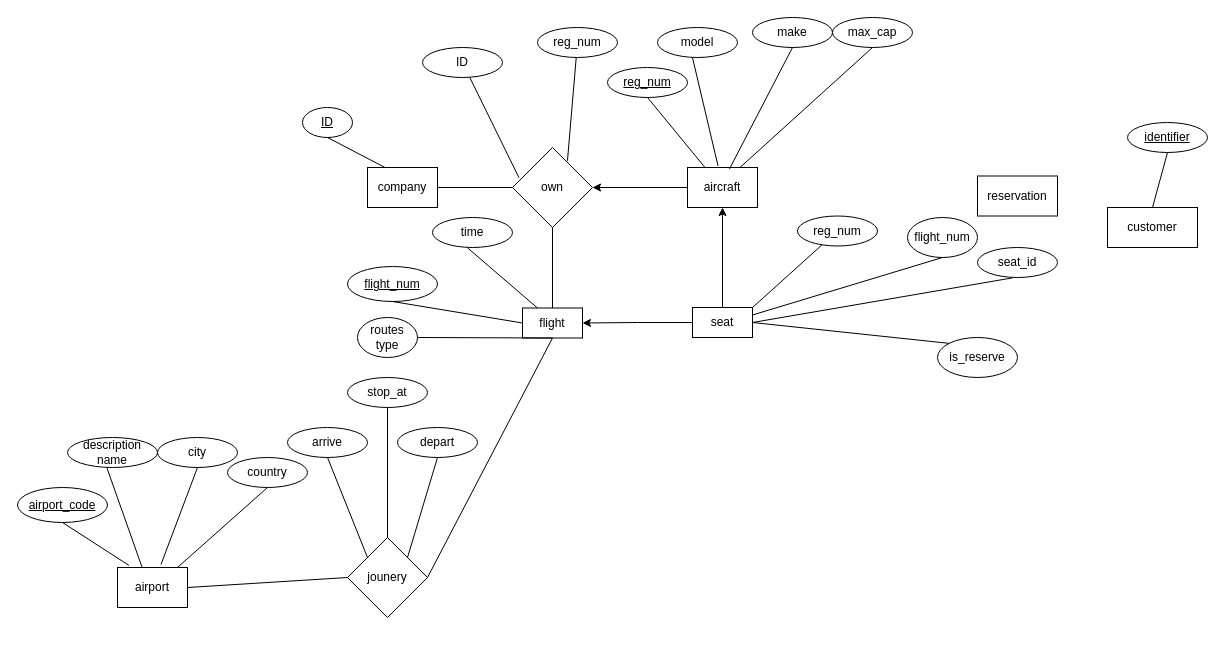
Before: hw2_part5A.drawio in jamessu1201/Database_System, a draw.io diagram. Source tidied: cells renumbered, new cells numbered last; positions are measured from the earlier drawing's top-left corner, leaving out a move shared by most shapes. Both pictures are drawn from the tidied source at 100%, with x=0, y=0 at pixel (17, 17).
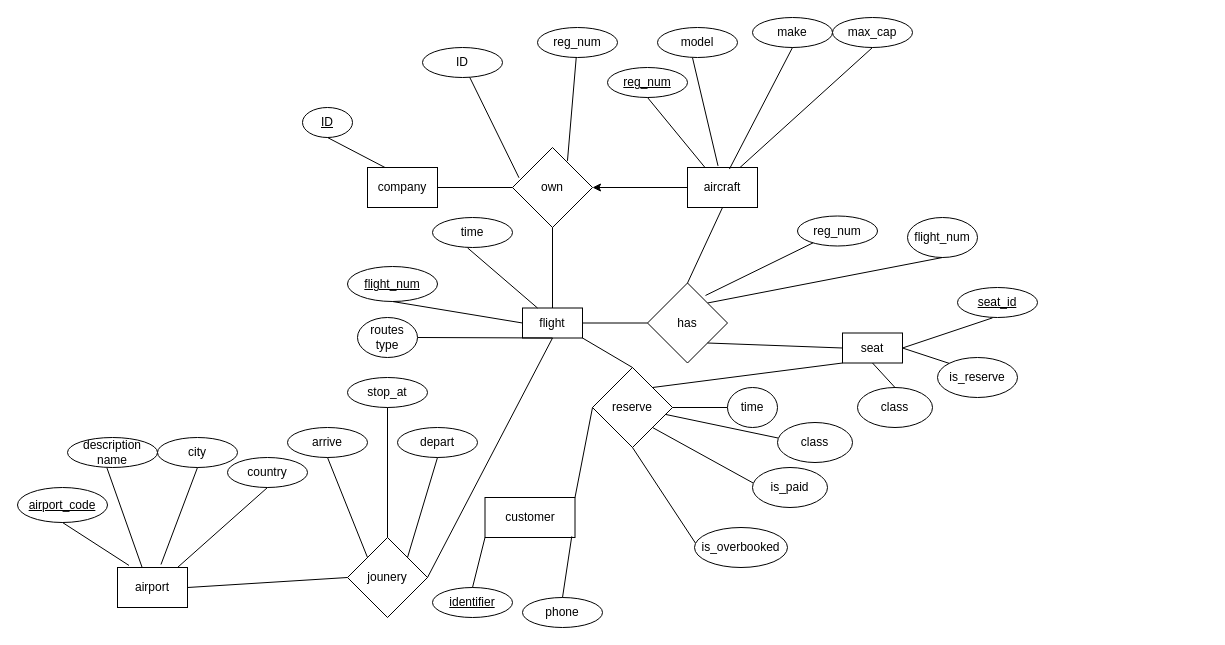
After the change.

The change refers to these unchanged cells:
```xml
<mxCell id="8" value="aircraft" style="rounded=0;whiteSpace=wrap;html=1;" parent="1" vertex="1">
  <mxGeometry x="670" y="150" width="70" height="40" as="geometry" />
</mxCell>
<mxCell id="18" value="flight" style="rounded=0;whiteSpace=wrap;html=1;" parent="1" vertex="1">
  <mxGeometry x="505" y="290.5" width="60" height="30" as="geometry" />
</mxCell>
<mxCell id="43" value="reg_num" style="ellipse;whiteSpace=wrap;html=1;" parent="1" vertex="1">
  <mxGeometry x="780" y="198.5" width="80" height="30" as="geometry" />
</mxCell>
<mxCell id="52" value="flight_num" style="ellipse;whiteSpace=wrap;html=1;" parent="1" vertex="1">
  <mxGeometry x="890" y="200" width="70" height="40" as="geometry" />
</mxCell>
```

Change to the diagram source:
```diff
@@
     <mxCell id="40" value="customer" style="rounded=0;whiteSpace=wrap;html=1;" parent="1" vertex="1">
-      <mxGeometry x="1090" y="190" width="90" height="40" as="geometry" />
+      <mxGeometry x="467.5" y="480" width="90" height="40" as="geometry" />
     </mxCell>
     <mxCell id="41" value="&lt;u&gt;identifier&lt;/u&gt;" style="ellipse;whiteSpace=wrap;html=1;" parent="1" vertex="1">
-      <mxGeometry x="1110" y="105" width="80" height="30" as="geometry" />
+      <mxGeometry x="415" y="570" width="80" height="30" as="geometry" />
     </mxCell>
-    <mxCell id="42" style="endArrow=none;html=1;rounded=0;entryX=0.5;entryY=1;entryDx=0;entryDy=0;exitX=0.5;exitY=0;exitDx=0;exitDy=0;" parent="1" edge="1" source="40" target="41">
+    <mxCell id="42" style="endArrow=none;html=1;rounded=0;exitX=0;exitY=1;exitDx=0;exitDy=0;entryX=0.5;entryY=0;entryDx=0;entryDy=0;" parent="1" edge="1" source="40" target="41">
       <mxGeometry relative="1" as="geometry" />
     </mxCell>
@@
-    <mxCell id="44" style="endArrow=none;html=1;rounded=0;exitX=1;exitY=0;exitDx=0;exitDy=0;" parent="1" edge="1" source="61" target="43">
+    <mxCell id="44" style="endArrow=none;html=1;rounded=0;exitX=0.725;exitY=0.156;exitDx=0;exitDy=0;exitPerimeter=0;" parent="1" edge="1" source="63" target="43">
       <mxGeometry relative="1" as="geometry" />
     </mxCell>
-    <mxCell id="45" value="reservation" style="rounded=0;whiteSpace=wrap;html=1;" parent="1" vertex="1">
-      <mxGeometry x="960" y="158.5" width="80" height="40" as="geometry" />
-    </mxCell>
-    <mxCell id="46" value="seat_id" style="ellipse;whiteSpace=wrap;html=1;" parent="1" vertex="1">
-      <mxGeometry x="960" y="230" width="80" height="30" as="geometry" />
+    <mxCell id="46" value="&lt;u&gt;seat_id&lt;/u&gt;" style="ellipse;whiteSpace=wrap;html=1;" parent="1" vertex="1">
+      <mxGeometry x="940" y="270" width="80" height="30" as="geometry" />
     </mxCell>
@@
     <mxCell id="48" value="is_reserve" style="ellipse;whiteSpace=wrap;html=1;" parent="1" vertex="1">
-      <mxGeometry x="920" y="320" width="80" height="40" as="geometry" />
+      <mxGeometry x="920" y="340" width="80" height="40" as="geometry" />
     </mxCell>
@@
-    <mxCell id="53" style="endArrow=none;html=1;rounded=0;entryX=0.5;entryY=1;entryDx=0;entryDy=0;exitX=1;exitY=0.25;exitDx=0;exitDy=0;" parent="1" edge="1" source="61" target="52">
+    <mxCell id="53" style="endArrow=none;html=1;rounded=0;entryX=0.5;entryY=1;entryDx=0;entryDy=0;exitX=1;exitY=0;exitDx=0;exitDy=0;" parent="1" edge="1" source="63" target="52">
       <mxGeometry relative="1" as="geometry" />
     </mxCell>
@@
-    <mxCell id="59" style="edgeStyle=orthogonalEdgeStyle;rounded=0;jettySize=auto;html=1;entryX=1;entryY=0.5;entryDx=0;entryDy=0;" parent="1" edge="1" source="61" target="18">
-      <mxGeometry relative="1" as="geometry" />
-    </mxCell>
-    <mxCell id="60" style="edgeStyle=orthogonalEdgeStyle;rounded=0;jettySize=auto;html=1;entryX=0.5;entryY=1;entryDx=0;entryDy=0;" parent="1" edge="1" source="61" target="8">
-      <mxGeometry relative="1" as="geometry" />
-    </mxCell>
     <mxCell id="61" value="seat" style="rounded=0;whiteSpace=wrap;html=1;" parent="1" vertex="1">
-      <mxGeometry x="675" y="290" width="60" height="30" as="geometry" />
+      <mxGeometry x="825" y="315.5" width="60" height="30" as="geometry" />
     </mxCell>
+    <mxCell id="62" value="phone" style="ellipse;whiteSpace=wrap;html=1;" parent="1" vertex="1">
+      <mxGeometry x="505" y="580" width="80" height="30" as="geometry" />
+    </mxCell>
+    <mxCell id="63" value="has" style="rhombus;whiteSpace=wrap;html=1;" parent="1" vertex="1">
+      <mxGeometry x="630" y="265.5" width="80" height="80" as="geometry" />
+    </mxCell>
+    <mxCell id="64" style="endArrow=none;html=1;rounded=0;entryX=0;entryY=0.5;entryDx=0;entryDy=0;exitX=1;exitY=0.5;exitDx=0;exitDy=0;" parent="1" edge="1" source="18" target="63">
+      <mxGeometry relative="1" as="geometry" />
+    </mxCell>
+    <mxCell id="65" style="endArrow=none;html=1;rounded=0;entryX=0.5;entryY=1;entryDx=0;entryDy=0;exitX=0.5;exitY=0;exitDx=0;exitDy=0;" parent="1" edge="1" source="63" target="8">
+      <mxGeometry relative="1" as="geometry" />
+    </mxCell>
+    <mxCell id="66" style="endArrow=none;html=1;rounded=0;entryX=1;entryY=1;entryDx=0;entryDy=0;exitX=0;exitY=0.5;exitDx=0;exitDy=0;" parent="1" edge="1" source="61" target="63">
+      <mxGeometry relative="1" as="geometry" />
+    </mxCell>
+    <mxCell id="67" style="endArrow=none;html=1;rounded=0;entryX=0.5;entryY=1;entryDx=0;entryDy=0;exitX=0.5;exitY=0;exitDx=0;exitDy=0;" parent="1" edge="1" source="75" target="61">
+      <mxGeometry relative="1" as="geometry" />
+    </mxCell>
+    <mxCell id="68" value="reserve" style="rhombus;whiteSpace=wrap;html=1;" parent="1" vertex="1">
+      <mxGeometry x="575" y="350" width="80" height="80" as="geometry" />
+    </mxCell>
+    <mxCell id="69" style="endArrow=none;html=1;rounded=0;entryX=0.5;entryY=0;entryDx=0;entryDy=0;exitX=0.964;exitY=0.972;exitDx=0;exitDy=0;exitPerimeter=0;" parent="1" edge="1" source="40" target="62">
+      <mxGeometry relative="1" as="geometry" />
+    </mxCell>
+    <mxCell id="70" style="endArrow=none;html=1;rounded=0;entryX=0;entryY=1;entryDx=0;entryDy=0;exitX=1;exitY=0;exitDx=0;exitDy=0;" parent="1" edge="1" source="68" target="61">
+      <mxGeometry relative="1" as="geometry" />
+    </mxCell>
+    <mxCell id="71" style="endArrow=none;html=1;rounded=0;entryX=1;entryY=1;entryDx=0;entryDy=0;exitX=0.5;exitY=0;exitDx=0;exitDy=0;" parent="1" edge="1" source="68" target="18">
+      <mxGeometry relative="1" as="geometry" />
+    </mxCell>
+    <mxCell id="72" style="endArrow=none;html=1;rounded=0;entryX=0;entryY=0.5;entryDx=0;entryDy=0;exitX=1;exitY=0;exitDx=0;exitDy=0;" parent="1" edge="1" source="40" target="68">
+      <mxGeometry relative="1" as="geometry" />
+    </mxCell>
+    <mxCell id="73" style="endArrow=none;html=1;rounded=0;entryX=1;entryY=0.5;entryDx=0;entryDy=0;exitX=0;exitY=0.5;exitDx=0;exitDy=0;" parent="1" edge="1" source="74" target="68">
+      <mxGeometry relative="1" as="geometry" />
+    </mxCell>
+    <mxCell id="74" value="time" style="ellipse;whiteSpace=wrap;html=1;" parent="1" vertex="1">
+      <mxGeometry x="710" y="370" width="50" height="40" as="geometry" />
+    </mxCell>
+    <mxCell id="75" value="class" style="ellipse;whiteSpace=wrap;html=1;" parent="1" vertex="1">
+      <mxGeometry x="840" y="370" width="75" height="40" as="geometry" />
+    </mxCell>
+    <mxCell id="76" style="endArrow=none;html=1;rounded=0;exitX=0.01;exitY=0.389;exitDx=0;exitDy=0;exitPerimeter=0;" parent="1" edge="1" source="77" target="68">
+      <mxGeometry relative="1" as="geometry" />
+    </mxCell>
+    <mxCell id="77" value="class" style="ellipse;whiteSpace=wrap;html=1;" parent="1" vertex="1">
+      <mxGeometry x="760" y="405" width="75" height="40" as="geometry" />
+    </mxCell>
+    <mxCell id="78" style="endArrow=none;html=1;rounded=0;exitX=0.01;exitY=0.389;exitDx=0;exitDy=0;exitPerimeter=0;entryX=1;entryY=1;entryDx=0;entryDy=0;" parent="1" edge="1" source="79" target="68">
+      <mxGeometry relative="1" as="geometry" />
+    </mxCell>
+    <mxCell id="79" value="is_paid" style="ellipse;whiteSpace=wrap;html=1;" parent="1" vertex="1">
+      <mxGeometry x="735" y="450" width="75" height="40" as="geometry" />
+    </mxCell>
+    <mxCell id="80" style="endArrow=none;html=1;rounded=0;exitX=0.01;exitY=0.389;exitDx=0;exitDy=0;exitPerimeter=0;entryX=0.5;entryY=1;entryDx=0;entryDy=0;" parent="1" edge="1" source="81" target="68">
+      <mxGeometry relative="1" as="geometry" />
+    </mxCell>
+    <mxCell id="81" value="is_overbooked" style="ellipse;whiteSpace=wrap;html=1;" parent="1" vertex="1">
+      <mxGeometry x="677" y="510" width="93" height="40" as="geometry" />
+    </mxCell>
```
